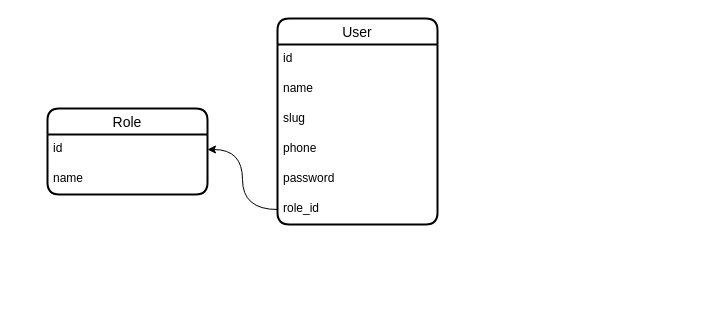
The draw.io diagram karsoft-clean-city.drawio in iztileuoff/databases, before the edit. Source tidied: cells renumbered, new cells numbered last; positions are measured from the earlier drawing's top-left corner, leaving out a move shared by most shapes. Both pictures are drawn from the tidied source at 100%, with x=0, y=0 at pixel (47, 18).
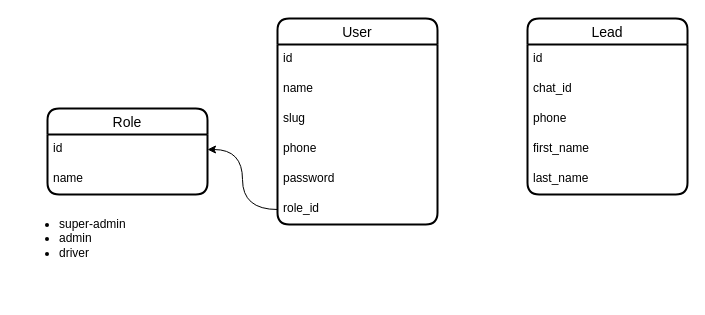
After the change.

Change to the diagram source:
```diff
@@
 <mxGraphModel>
   <root>
     <mxCell id="0" />
     <mxCell id="1" parent="0" />
     <mxCell id="2" value="User" style="swimlane;fontStyle=0;horizontal=1;startSize=26;align=center;fontSize=14;strokeWidth=2;rounded=1;shadow=0;glass=0;swimlaneLine=1;" parent="1" vertex="1">
       <mxGeometry x="230" width="160" height="206" as="geometry" />
     </mxCell>
     <mxCell id="3" value="id" style="text;strokeColor=none;fillColor=none;spacingLeft=4;spacingRight=4;overflow=hidden;fontSize=12;whiteSpace=wrap;html=1;" parent="2" vertex="1">
       <mxGeometry y="26" width="160" height="30" as="geometry" />
     </mxCell>
     <mxCell id="4" value="name" style="text;strokeColor=none;fillColor=none;spacingLeft=4;spacingRight=4;overflow=hidden;fontSize=12;whiteSpace=wrap;html=1;" parent="2" vertex="1">
       <mxGeometry y="56" width="160" height="30" as="geometry" />
     </mxCell>
     <mxCell id="5" value="slug" style="text;strokeColor=none;fillColor=none;spacingLeft=4;spacingRight=4;overflow=hidden;fontSize=12;whiteSpace=wrap;html=1;" parent="2" vertex="1">
       <mxGeometry y="86" width="160" height="30" as="geometry" />
     </mxCell>
     <mxCell id="6" value="phone" style="text;strokeColor=none;fillColor=none;spacingLeft=4;spacingRight=4;overflow=hidden;fontSize=12;whiteSpace=wrap;html=1;" parent="2" vertex="1">
       <mxGeometry y="116" width="160" height="30" as="geometry" />
     </mxCell>
     <mxCell id="7" value="password" style="text;strokeColor=none;fillColor=none;spacingLeft=4;spacingRight=4;overflow=hidden;fontSize=12;whiteSpace=wrap;html=1;" parent="2" vertex="1">
       <mxGeometry y="146" width="160" height="30" as="geometry" />
     </mxCell>
     <mxCell id="8" value="role_id" style="text;strokeColor=none;fillColor=none;spacingLeft=4;spacingRight=4;overflow=hidden;points=[[0,0.5],[1,0.5]];portConstraint=eastwest;fontSize=12;whiteSpace=wrap;html=1;" parent="2" vertex="1">
       <mxGeometry y="176" width="160" height="30" as="geometry" />
     </mxCell>
     <mxCell id="9" value="Role" style="swimlane;fontStyle=0;horizontal=1;startSize=26;align=center;fontSize=14;strokeWidth=2;rounded=1;shadow=0;glass=0;swimlaneLine=1;" parent="1" vertex="1">
       <mxGeometry y="90" width="160" height="86" as="geometry" />
     </mxCell>
     <mxCell id="10" value="id" style="text;strokeColor=none;fillColor=none;spacingLeft=4;spacingRight=4;overflow=hidden;points=[[0,0.5],[1,0.5]];portConstraint=eastwest;fontSize=12;whiteSpace=wrap;html=1;" parent="9" vertex="1">
       <mxGeometry y="26" width="160" height="30" as="geometry" />
     </mxCell>
     <mxCell id="11" value="name" style="text;strokeColor=none;fillColor=none;spacingLeft=4;spacingRight=4;overflow=hidden;fontSize=12;whiteSpace=wrap;html=1;" parent="9" vertex="1">
       <mxGeometry y="56" width="160" height="30" as="geometry" />
     </mxCell>
     <mxCell id="12" style="edgeStyle=orthogonalEdgeStyle;rounded=0;jettySize=auto;html=1;entryX=1;entryY=0.5;entryDx=0;entryDy=0;curved=1;" parent="1" edge="1" source="8" target="10">
       <mxGeometry relative="1" as="geometry" />
     </mxCell>
+    <mxCell id="13" value="&lt;ul&gt;&lt;li&gt;super-admin&lt;/li&gt;&lt;li&gt;admin&lt;/li&gt;&lt;li&gt;driver&lt;/li&gt;&lt;/ul&gt;" style="text;strokeColor=none;fillColor=none;html=1;whiteSpace=wrap;verticalAlign=middle;overflow=hidden;" parent="1" vertex="1">
+      <mxGeometry x="-30" y="160" width="233" height="120" as="geometry" />
+    </mxCell>
+    <mxCell id="14" value="Lead" style="swimlane;fontStyle=0;horizontal=1;startSize=26;align=center;fontSize=14;strokeWidth=2;rounded=1;shadow=0;glass=0;swimlaneLine=1;" parent="1" vertex="1">
+      <mxGeometry x="480" width="160" height="176" as="geometry" />
+    </mxCell>
+    <mxCell id="15" value="id" style="text;strokeColor=none;fillColor=none;spacingLeft=4;spacingRight=4;overflow=hidden;fontSize=12;whiteSpace=wrap;html=1;" parent="14" vertex="1">
+      <mxGeometry y="26" width="160" height="30" as="geometry" />
+    </mxCell>
+    <mxCell id="16" value="chat_id" style="text;strokeColor=none;fillColor=none;spacingLeft=4;spacingRight=4;overflow=hidden;fontSize=12;whiteSpace=wrap;html=1;" parent="14" vertex="1">
+      <mxGeometry y="56" width="160" height="30" as="geometry" />
+    </mxCell>
+    <mxCell id="17" value="phone" style="text;strokeColor=none;fillColor=none;spacingLeft=4;spacingRight=4;overflow=hidden;fontSize=12;whiteSpace=wrap;html=1;" parent="14" vertex="1">
+      <mxGeometry y="86" width="160" height="30" as="geometry" />
+    </mxCell>
+    <mxCell id="18" value="first_name" style="text;strokeColor=none;fillColor=none;spacingLeft=4;spacingRight=4;overflow=hidden;fontSize=12;whiteSpace=wrap;html=1;" parent="14" vertex="1">
+      <mxGeometry y="116" width="160" height="30" as="geometry" />
+    </mxCell>
+    <mxCell id="19" value="last_name" style="text;strokeColor=none;fillColor=none;spacingLeft=4;spacingRight=4;overflow=hidden;fontSize=12;whiteSpace=wrap;html=1;" parent="14" vertex="1">
+      <mxGeometry y="146" width="160" height="30" as="geometry" />
+    </mxCell>
   </root>
 </mxGraphModel>
```
